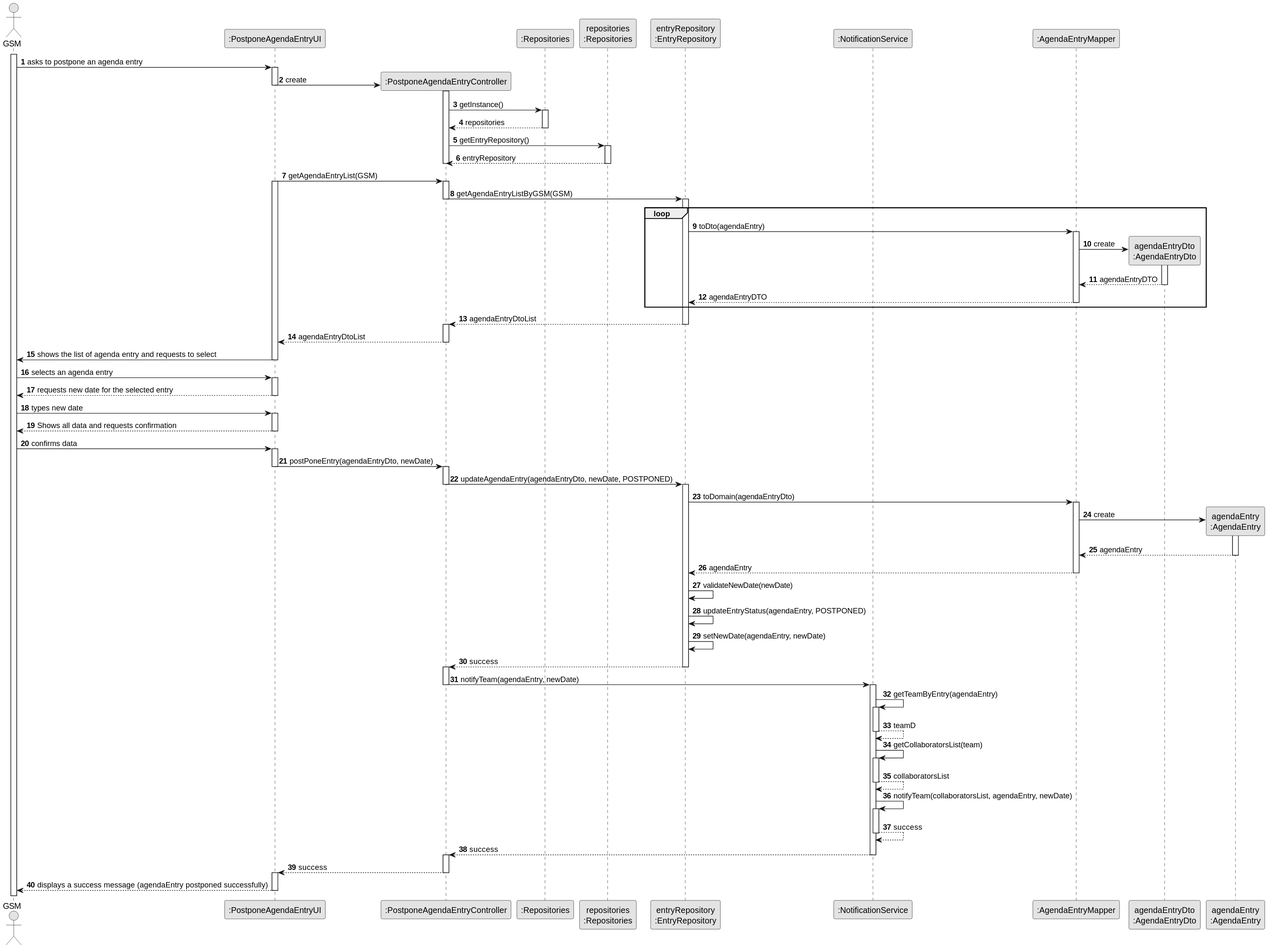
Earlier version of the PlantUML export docs/sprintC/us024/03.design/svg/us024-sequence-diagram-full.svg (ricardomm7/leaflink).
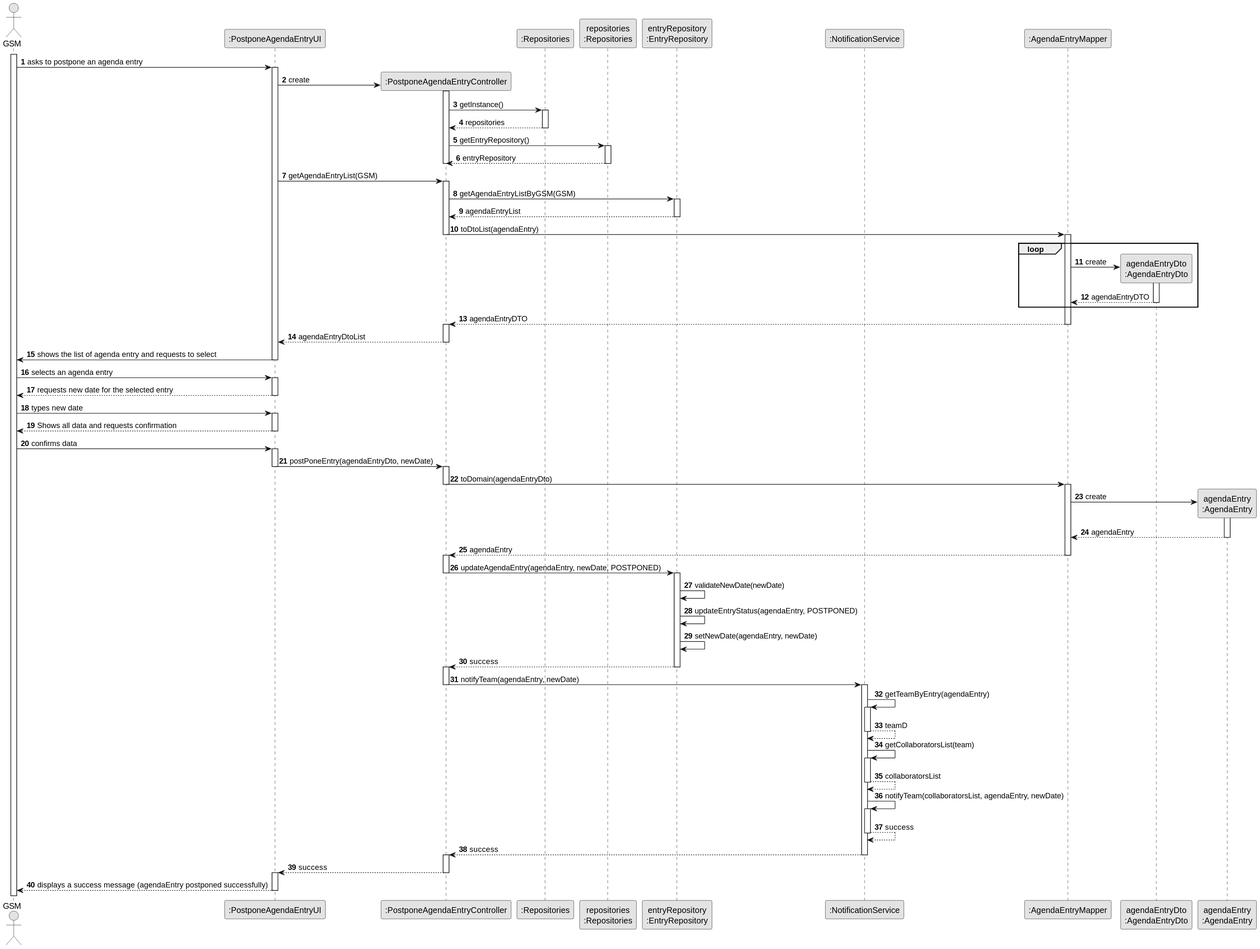
Later version of the same file.

Change to the diagram source:
```diff
@@ -24,7 +24,6 @@
     activate UI
 
         UI -> CTRL **: create
-        deactivate UI
         activate CTRL
 
             CTRL -> RepositorySingleton : getInstance()
@@ -41,34 +40,32 @@
 
              deactivate CTRL
 
-        deactivate UI
 
         UI -> CTRL: getAgendaEntryList(GSM)
-        activate UI
+
         activate CTRL
 
             CTRL -> EntryRepo: getAgendaEntryListByGSM(GSM)
-            deactivate CTRL
             activate EntryRepo
 
-            loop
+            EntryRepo --> CTRL: agendaEntryList
+            deactivate EntryRepo
 
-            EntryRepo -> AgendaEntryMapper : toDto(agendaEntry)
+            CTRL -> AgendaEntryMapper : toDtoList(agendaEntry)
+            deactivate CTRL
             activate AgendaEntryMapper
 
+            loop
                 AgendaEntryMapper -> AgendaEntryDto** : create
                 activate AgendaEntryDto
 
                 AgendaEntryDto --> AgendaEntryMapper : agendaEntryDTO
                 deactivate AgendaEntryDto
+            end
+            AgendaEntryMapper --> CTRL : agendaEntryDTO
+            deactivate AgendaEntryMapper
+            activate CTRL
 
-            AgendaEntryMapper --> EntryRepo : agendaEntryDTO
-            deactivate AgendaEntryMapper
-            end
-
-            EntryRepo --> CTRL : agendaEntryDtoList
-            deactivate EntryRepo
-            activate CTRL
 
             CTRL --> UI : agendaEntryDtoList
         deactivate CTRL
@@ -95,14 +92,9 @@
         deactivate UI
         activate CTRL
 
-
-            CTRL -> EntryRepo : updateAgendaEntry(agendaEntryDto, newDate, POSTPONED)
+            CTRL -> AgendaEntryMapper : toDomain(agendaEntryDto)
             deactivate CTRL
-            activate EntryRepo
-
-            EntryRepo -> AgendaEntryMapper : toDomain(agendaEntryDto)
             activate AgendaEntryMapper
-
 
                 AgendaEntryMapper -> AgendaEntry** : create
                 activate AgendaEntry
@@ -110,9 +102,20 @@
                 AgendaEntry --> AgendaEntryMapper : agendaEntry
                 deactivate AgendaEntry
 
+            AgendaEntryMapper --> CTRL : agendaEntry
+            deactivate AgendaEntryMapper
+            activate CTRL
 
-            AgendaEntryMapper --> EntryRepo : agendaEntry
-            deactivate AgendaEntryMapper
+            CTRL -> EntryRepo : updateAgendaEntry(agendaEntry, newDate, POSTPONED)
+            deactivate CTRL
+            activate EntryRepo
+
+
+
+
+
+
+
 
                 EntryRepo -> EntryRepo : validateNewDate(newDate)
                 EntryRepo -> EntryRepo : updateEntryStatus(agendaEntry, POSTPONED)
```
